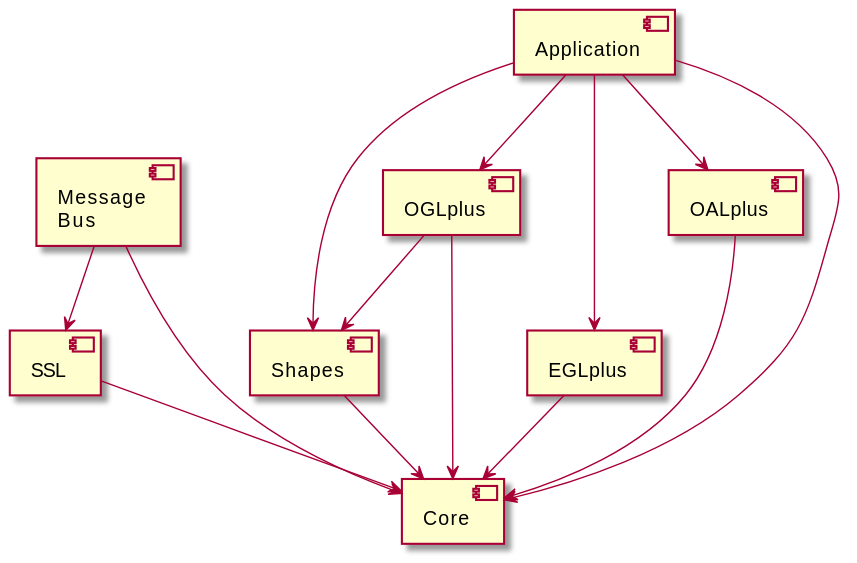
Before: doc/diagrams/eagine/components.svg, a diagram exported from PlantUML (matus-chochlik/eagine-all). The source it was exported from:
```plantuml
@startuml

component [Core] as core
component [SSL] as ssl
component [Shapes] as shapes
component [Message\nBus] as msgbus
component [EGLplus] as eglplus
component [OGLplus] as oglplus
component [OALplus] as oalplus
component [OALplus] as oalplus
component [Application] as app

ssl --> core
shapes --> core
msgbus --> ssl
msgbus --> core
eglplus --> core
oglplus --> core
oglplus --> shapes
oalplus --> core
app --> core
app --> eglplus
app --> oglplus
app --> oalplus
app --> shapes

@enduml
```
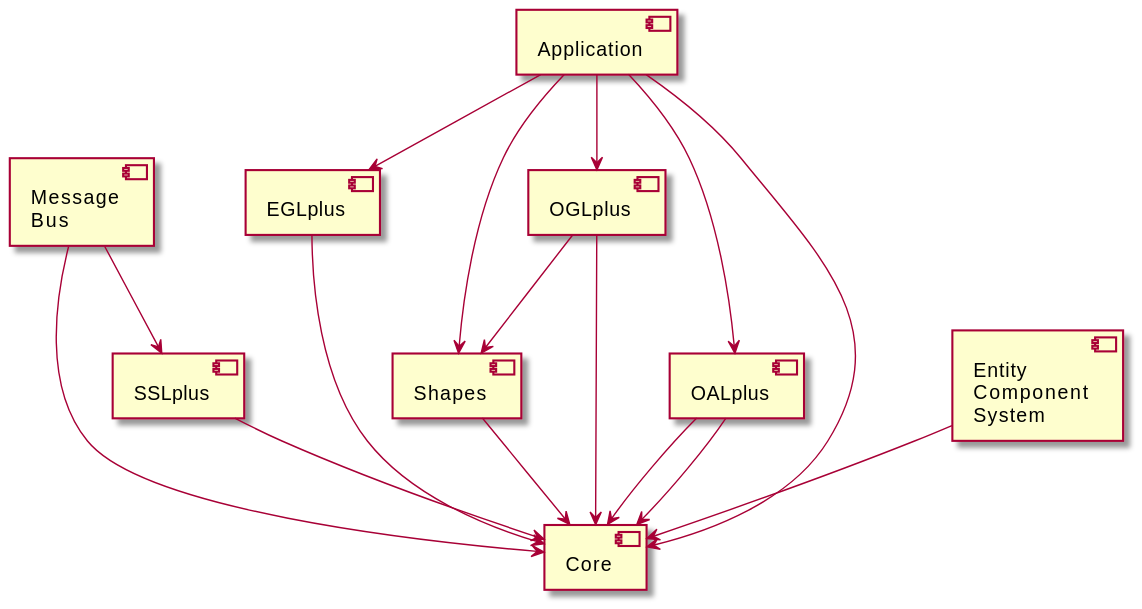
The same diagram one commit later.

Commit message:
Updated the component diagrams

Diff of the diagram source:
```diff
@@ -1,23 +1,25 @@
 @startuml
 
 component [Core] as core
-component [SSL] as ssl
+component [SSLplus] as sslplus
 component [Shapes] as shapes
 component [Message\nBus] as msgbus
 component [EGLplus] as eglplus
 component [OGLplus] as oglplus
 component [OALplus] as oalplus
-component [OALplus] as oalplus
+component [Entity\nComponent\nSystem] as ecs
 component [Application] as app
 
-ssl --> core
+sslplus --> core
 shapes --> core
-msgbus --> ssl
+msgbus --> sslplus
 msgbus --> core
 eglplus --> core
 oglplus --> core
 oglplus --> shapes
 oalplus --> core
+oalplus --> core
+ecs --> core
 app --> core
 app --> eglplus
 app --> oglplus
```
